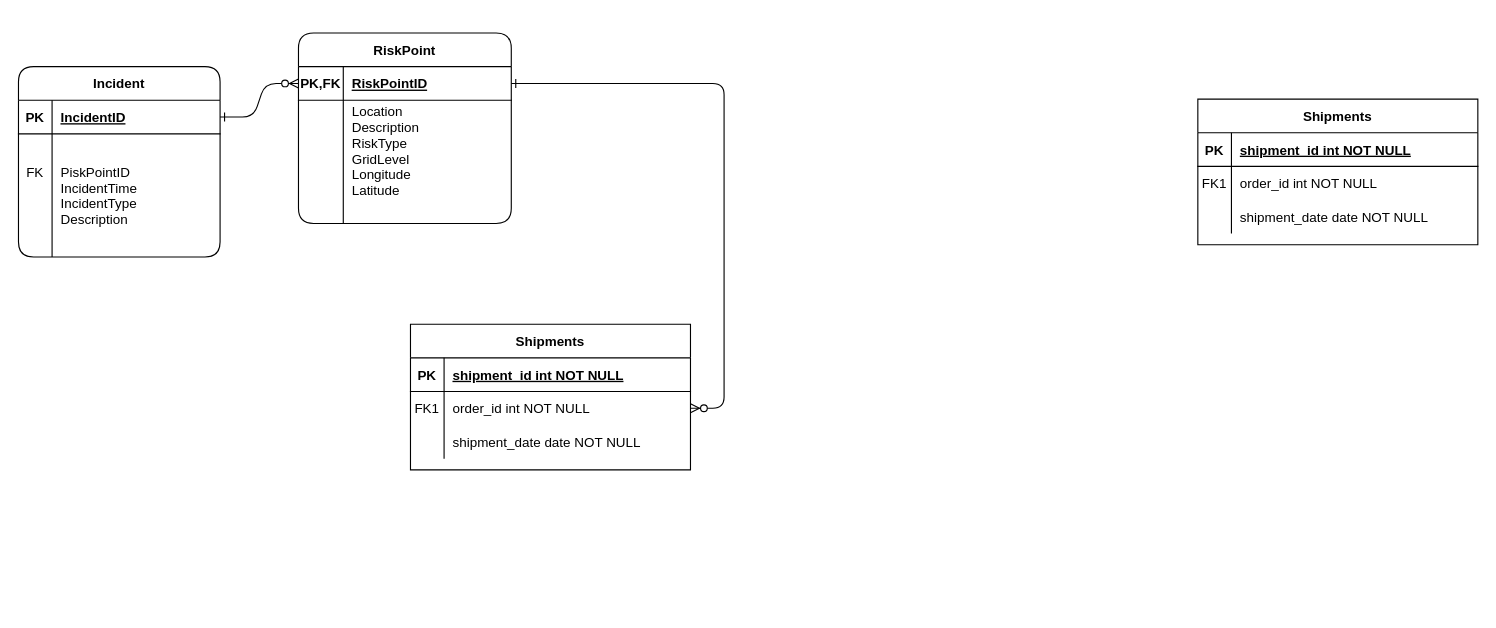
Lxlorange/drawio keeps this draw.io diagram as ER-rail.drawio. Above is the earlier version. Source tidied: cells renumbered, new cells numbered last; positions are measured from the earlier drawing's top-left corner, leaving out a move shared by most shapes. Both pictures are drawn from the tidied source at 112%, with x=0, y=0 at pixel (18, 32).
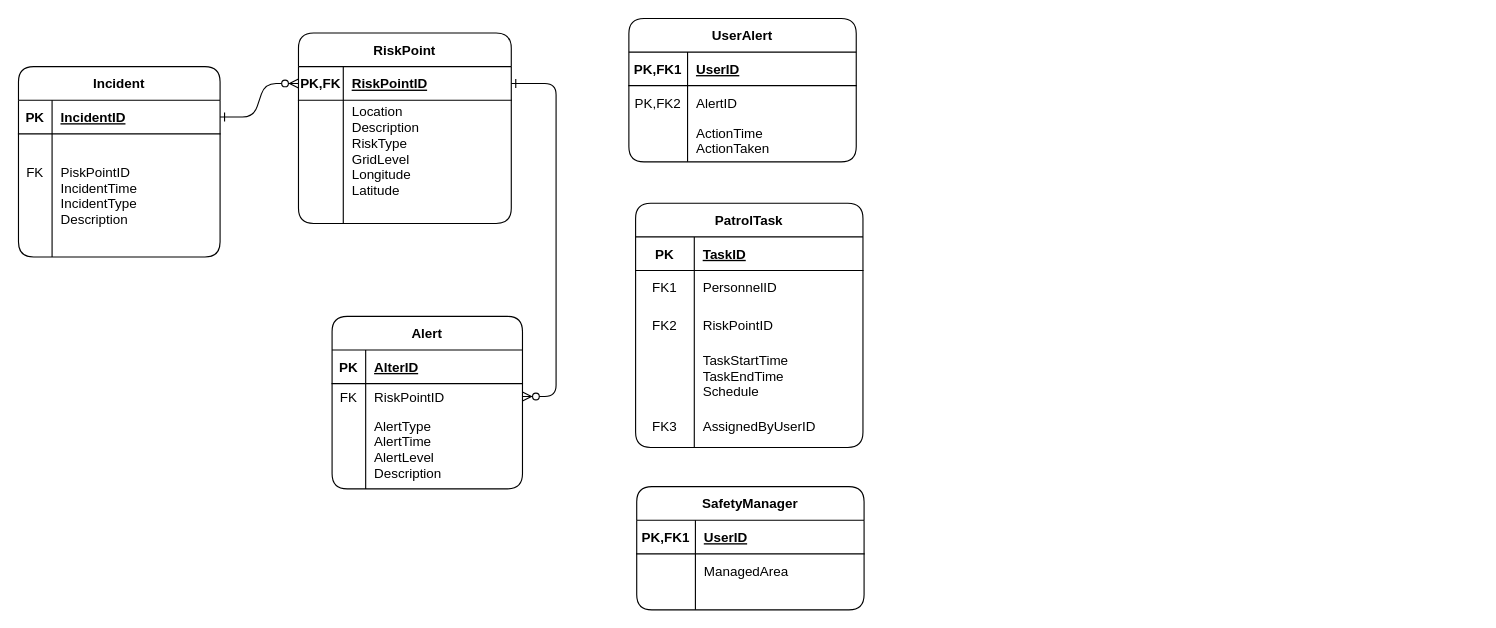
Above is the later version.

The edit, as a diff of the source:
```diff
@@
-    <mxCell id="14" value="Shipments" style="shape=table;startSize=30;childLayout=tableLayout;rowLines=0;fontStyle=1;align=center;" parent="1" vertex="1">
-      <mxGeometry x="350" y="260" width="250" height="130" as="geometry" />
+    <mxCell id="14" value="Alert" style="shape=table;startSize=30;childLayout=tableLayout;rowLines=0;fontStyle=1;align=center;rounded=1;" parent="1" vertex="1">
+      <mxGeometry x="280" y="253" width="170" height="154" as="geometry" />
     </mxCell>
     <mxCell id="15" style="shape=partialRectangle;fillColor=none;top=0;left=0;right=0;bottom=1;" parent="14" vertex="1">
-      <mxGeometry y="30" width="250" height="30" as="geometry" />
+      <mxGeometry y="30" width="170" height="30" as="geometry" />
     </mxCell>
@@
-    <mxCell id="17" value="shipment_id int NOT NULL " style="shape=partialRectangle;overflow=hidden;fillColor=none;top=0;left=0;bottom=0;right=0;align=left;spacingLeft=6;fontStyle=5;" parent="15" vertex="1">
-      <mxGeometry x="30" width="220" height="30" as="geometry" />
+    <mxCell id="17" value="AlterID" style="shape=partialRectangle;overflow=hidden;fillColor=none;top=0;left=0;bottom=0;right=0;align=left;spacingLeft=6;fontStyle=5;" parent="15" vertex="1">
+      <mxGeometry x="30" width="140" height="30" as="geometry" />
     </mxCell>
     <mxCell id="18" style="shape=partialRectangle;fillColor=none;points=[[0,0.5],[1,0.5]];portConstraint=eastwest;top=0;left=0;right=0;bottom=0;" parent="14" vertex="1">
-      <mxGeometry y="60" width="250" height="30" as="geometry" />
+      <mxGeometry y="60" width="170" height="23" as="geometry" />
     </mxCell>
-    <mxCell id="19" value="FK1" style="shape=partialRectangle;overflow=hidden;fillColor=none;top=0;left=0;bottom=0;right=0;" parent="18" vertex="1">
-      <mxGeometry width="30" height="30" as="geometry" />
+    <mxCell id="19" value="FK" style="shape=partialRectangle;overflow=hidden;fillColor=none;top=0;left=0;bottom=0;right=0;" parent="18" vertex="1">
+      <mxGeometry width="30" height="23" as="geometry" />
     </mxCell>
-    <mxCell id="20" value="order_id int NOT NULL" style="shape=partialRectangle;overflow=hidden;fillColor=none;top=0;left=0;bottom=0;right=0;align=left;spacingLeft=6;" parent="18" vertex="1">
-      <mxGeometry x="30" width="220" height="30" as="geometry" />
+    <mxCell id="20" value="RiskPointID" style="shape=partialRectangle;overflow=hidden;fillColor=none;top=0;left=0;bottom=0;right=0;align=left;spacingLeft=6;" parent="18" vertex="1">
+      <mxGeometry x="30" width="140" height="23" as="geometry" />
     </mxCell>
     <mxCell id="21" style="shape=partialRectangle;fillColor=none;top=0;left=0;right=0;bottom=0;" parent="14" vertex="1">
-      <mxGeometry y="90" width="250" height="30" as="geometry" />
+      <mxGeometry y="83" width="170" height="71" as="geometry" />
     </mxCell>
     <mxCell id="22" style="shape=partialRectangle;overflow=hidden;fillColor=none;top=0;left=0;bottom=0;right=0;" parent="21" vertex="1">
-      <mxGeometry width="30" height="30" as="geometry" />
+      <mxGeometry width="30" height="71" as="geometry" />
     </mxCell>
-    <mxCell id="23" value="shipment_date date NOT NULL" style="shape=partialRectangle;overflow=hidden;fillColor=none;top=0;left=0;bottom=0;right=0;align=left;spacingLeft=6;" parent="21" vertex="1">
-      <mxGeometry x="30" width="220" height="30" as="geometry" />
+    <mxCell id="23" value="AlertType&#10;AlertTime&#10;AlertLevel&#10;Description" style="shape=partialRectangle;overflow=hidden;fillColor=none;top=0;left=0;bottom=0;right=0;align=left;spacingLeft=6;" parent="21" vertex="1">
+      <mxGeometry x="30" width="140" height="71" as="geometry" />
     </mxCell>
@@
-    <mxCell id="31" value="Shipments" style="shape=table;startSize=30;childLayout=tableLayout;rowLines=0;fontStyle=1;align=center;" parent="1" vertex="1">
-      <mxGeometry x="1053" y="59" width="250" height="130" as="geometry" />
-    </mxCell>
-    <mxCell id="32" style="shape=partialRectangle;fillColor=none;top=0;left=0;right=0;bottom=1;" parent="31" vertex="1">
-      <mxGeometry y="30" width="250" height="30" as="geometry" />
-    </mxCell>
+    <mxCell id="41" value="UserAlert" style="shape=table;startSize=30;childLayout=tableLayout;rowLines=0;fontStyle=1;align=center;rounded=1;" parent="1" vertex="1">
+      <mxGeometry x="545" y="-13" width="203" height="128" as="geometry" />
+    </mxCell>
+    <mxCell id="42" style="shape=partialRectangle;fillColor=none;top=0;left=0;right=0;bottom=1;" parent="41" vertex="1">
+      <mxGeometry y="30" width="203" height="30" as="geometry" />
+    </mxCell>
+    <mxCell id="43" value="PK,FK1" style="shape=partialRectangle;overflow=hidden;fillColor=none;top=0;left=0;bottom=0;right=0;fontStyle=1;" parent="42" vertex="1">
+      <mxGeometry width="52.4" height="30" as="geometry" />
+    </mxCell>
+    <mxCell id="44" value="UserID" style="shape=partialRectangle;overflow=hidden;fillColor=none;top=0;left=0;bottom=0;right=0;align=left;spacingLeft=6;fontStyle=5;" parent="42" vertex="1">
+      <mxGeometry x="52.4" width="150.6" height="30" as="geometry" />
+    </mxCell>
+    <mxCell id="45" style="shape=partialRectangle;fillColor=none;top=0;left=0;right=0;bottom=0;" parent="41" vertex="1">
+      <mxGeometry y="60" width="203" height="30" as="geometry" />
+    </mxCell>
+    <mxCell id="46" value="PK,FK2" style="shape=partialRectangle;overflow=hidden;fillColor=none;top=0;left=0;bottom=0;right=0;" parent="45" vertex="1">
+      <mxGeometry width="52.4" height="30" as="geometry" />
+    </mxCell>
+    <mxCell id="47" value="AlertID" style="shape=partialRectangle;overflow=hidden;fillColor=none;top=0;left=0;bottom=0;right=0;align=left;spacingLeft=6;" parent="45" vertex="1">
+      <mxGeometry x="52.4" width="150.6" height="30" as="geometry" />
+    </mxCell>
+    <mxCell id="48" style="shape=partialRectangle;fillColor=none;top=0;left=0;right=0;bottom=0;" parent="41" vertex="1">
+      <mxGeometry y="90" width="203" height="38" as="geometry" />
+    </mxCell>
+    <mxCell id="49" style="shape=partialRectangle;overflow=hidden;fillColor=none;top=0;left=0;bottom=0;right=0;" parent="48" vertex="1">
+      <mxGeometry width="52.4" height="38" as="geometry" />
+    </mxCell>
+    <mxCell id="50" value="ActionTime&#10;ActionTaken" style="shape=partialRectangle;overflow=hidden;fillColor=none;top=0;left=0;bottom=0;right=0;align=left;spacingLeft=6;" parent="48" vertex="1">
+      <mxGeometry x="52.4" width="150.6" height="38" as="geometry" />
+    </mxCell>
+    <mxCell id="51" value="PatrolTask" style="shape=table;startSize=30;childLayout=tableLayout;rowLines=0;fontStyle=1;align=center;rounded=1;" parent="1" vertex="1">
+      <mxGeometry x="551" y="152" width="203" height="218" as="geometry" />
+    </mxCell>
+    <mxCell id="52" style="shape=partialRectangle;fillColor=none;top=0;left=0;right=0;bottom=1;" parent="51" vertex="1">
+      <mxGeometry y="30" width="203" height="30" as="geometry" />
+    </mxCell>
-    <mxCell id="33" value="PK" style="shape=partialRectangle;overflow=hidden;fillColor=none;top=0;left=0;bottom=0;right=0;fontStyle=1;" parent="32" vertex="1">
-      <mxGeometry width="30" height="30" as="geometry" />
+    <mxCell id="33" value="PK" style="shape=partialRectangle;overflow=hidden;fillColor=none;top=0;left=0;bottom=0;right=0;fontStyle=1;" parent="52" vertex="1">
+      <mxGeometry width="52.4" height="30" as="geometry" />
     </mxCell>
-    <mxCell id="34" value="shipment_id int NOT NULL " style="shape=partialRectangle;overflow=hidden;fillColor=none;top=0;left=0;bottom=0;right=0;align=left;spacingLeft=6;fontStyle=5;" parent="32" vertex="1">
-      <mxGeometry x="30" width="220" height="30" as="geometry" />
-    </mxCell>
-    <mxCell id="35" style="shape=partialRectangle;fillColor=none;top=0;left=0;right=0;bottom=0;" parent="31" vertex="1">
-      <mxGeometry y="60" width="250" height="30" as="geometry" />
-    </mxCell>
+    <mxCell id="53" value="TaskID" style="shape=partialRectangle;overflow=hidden;fillColor=none;top=0;left=0;bottom=0;right=0;align=left;spacingLeft=6;fontStyle=5;" parent="52" vertex="1">
+      <mxGeometry x="52.4" width="150.6" height="30" as="geometry" />
+    </mxCell>
+    <mxCell id="54" style="shape=partialRectangle;fillColor=none;top=0;left=0;right=0;bottom=0;" parent="51" vertex="1">
+      <mxGeometry y="60" width="203" height="30" as="geometry" />
+    </mxCell>
-    <mxCell id="36" value="FK1" style="shape=partialRectangle;overflow=hidden;fillColor=none;top=0;left=0;bottom=0;right=0;" parent="35" vertex="1">
-      <mxGeometry width="30" height="30" as="geometry" />
+    <mxCell id="36" value="FK1" style="shape=partialRectangle;overflow=hidden;fillColor=none;top=0;left=0;bottom=0;right=0;" parent="54" vertex="1">
+      <mxGeometry width="52.4" height="30" as="geometry" />
     </mxCell>
-    <mxCell id="37" value="order_id int NOT NULL" style="shape=partialRectangle;overflow=hidden;fillColor=none;top=0;left=0;bottom=0;right=0;align=left;spacingLeft=6;" parent="35" vertex="1">
-      <mxGeometry x="30" width="220" height="30" as="geometry" />
-    </mxCell>
-    <mxCell id="38" style="shape=partialRectangle;fillColor=none;top=0;left=0;right=0;bottom=0;" parent="31" vertex="1">
-      <mxGeometry y="90" width="250" height="30" as="geometry" />
-    </mxCell>
-    <mxCell id="39" style="shape=partialRectangle;overflow=hidden;fillColor=none;top=0;left=0;bottom=0;right=0;" parent="38" vertex="1">
-      <mxGeometry width="30" height="30" as="geometry" />
-    </mxCell>
-    <mxCell id="40" value="shipment_date date NOT NULL" style="shape=partialRectangle;overflow=hidden;fillColor=none;top=0;left=0;bottom=0;right=0;align=left;spacingLeft=6;" parent="38" vertex="1">
-      <mxGeometry x="30" width="220" height="30" as="geometry" />
-    </mxCell>
+    <mxCell id="55" value="PersonnelID" style="shape=partialRectangle;overflow=hidden;fillColor=none;top=0;left=0;bottom=0;right=0;align=left;spacingLeft=6;" parent="54" vertex="1">
+      <mxGeometry x="52.4" width="150.6" height="30" as="geometry" />
+    </mxCell>
+    <mxCell id="56" style="shape=partialRectangle;fillColor=none;top=0;left=0;right=0;bottom=0;" parent="51" vertex="1">
+      <mxGeometry y="90" width="203" height="38" as="geometry" />
+    </mxCell>
+    <mxCell id="57" value="FK2" style="shape=partialRectangle;overflow=hidden;fillColor=none;top=0;left=0;bottom=0;right=0;" parent="56" vertex="1">
+      <mxGeometry width="52.4" height="38" as="geometry" />
+    </mxCell>
+    <mxCell id="58" value="RiskPointID" style="shape=partialRectangle;overflow=hidden;fillColor=none;top=0;left=0;bottom=0;right=0;align=left;spacingLeft=6;" parent="56" vertex="1">
+      <mxGeometry x="52.4" width="150.6" height="38" as="geometry" />
+    </mxCell>
+    <mxCell id="59" style="shape=partialRectangle;fillColor=none;top=0;left=0;right=0;bottom=0;" parent="51" vertex="1">
+      <mxGeometry y="128" width="203" height="52" as="geometry" />
+    </mxCell>
+    <mxCell id="60" style="shape=partialRectangle;overflow=hidden;fillColor=none;top=0;left=0;bottom=0;right=0;" parent="59" vertex="1">
+      <mxGeometry width="52.4" height="52" as="geometry" />
+    </mxCell>
+    <mxCell id="61" value="TaskStartTime&#10;TaskEndTime&#10;Schedule" style="shape=partialRectangle;overflow=hidden;fillColor=none;top=0;left=0;bottom=0;right=0;align=left;spacingLeft=6;" parent="59" vertex="1">
+      <mxGeometry x="52.4" width="150.6" height="52" as="geometry" />
+    </mxCell>
+    <mxCell id="62" style="shape=partialRectangle;fillColor=none;top=0;left=0;right=0;bottom=0;" parent="51" vertex="1">
+      <mxGeometry y="180" width="203" height="38" as="geometry" />
+    </mxCell>
+    <mxCell id="63" value="FK3" style="shape=partialRectangle;overflow=hidden;fillColor=none;top=0;left=0;bottom=0;right=0;" parent="62" vertex="1">
+      <mxGeometry width="52.4" height="38" as="geometry" />
+    </mxCell>
+    <mxCell id="64" value="AssignedByUserID" style="shape=partialRectangle;overflow=hidden;fillColor=none;top=0;left=0;bottom=0;right=0;align=left;spacingLeft=6;" parent="62" vertex="1">
+      <mxGeometry x="52.4" width="150.6" height="38" as="geometry" />
+    </mxCell>
+    <mxCell id="65" value="SafetyManager" style="shape=table;startSize=30;childLayout=tableLayout;rowLines=0;fontStyle=1;align=center;rounded=1;" parent="1" vertex="1">
+      <mxGeometry x="552" y="405" width="203" height="110" as="geometry" />
+    </mxCell>
+    <mxCell id="66" style="shape=partialRectangle;fillColor=none;top=0;left=0;right=0;bottom=1;" parent="65" vertex="1">
+      <mxGeometry y="30" width="203" height="30" as="geometry" />
+    </mxCell>
+    <mxCell id="67" value="PK,FK1" style="shape=partialRectangle;overflow=hidden;fillColor=none;top=0;left=0;bottom=0;right=0;fontStyle=1;" parent="66" vertex="1">
+      <mxGeometry width="52.4" height="30" as="geometry" />
+    </mxCell>
+    <mxCell id="68" value="UserID" style="shape=partialRectangle;overflow=hidden;fillColor=none;top=0;left=0;bottom=0;right=0;align=left;spacingLeft=6;fontStyle=5;" parent="66" vertex="1">
+      <mxGeometry x="52.4" width="150.6" height="30" as="geometry" />
+    </mxCell>
+    <mxCell id="69" style="shape=partialRectangle;fillColor=none;top=0;left=0;right=0;bottom=0;" parent="65" vertex="1">
+      <mxGeometry y="60" width="203" height="30" as="geometry" />
+    </mxCell>
+    <mxCell id="70" style="shape=partialRectangle;overflow=hidden;fillColor=none;top=0;left=0;bottom=0;right=0;" parent="69" vertex="1">
+      <mxGeometry width="52.4" height="30" as="geometry" />
+    </mxCell>
+    <mxCell id="71" value="ManagedArea" style="shape=partialRectangle;overflow=hidden;fillColor=none;top=0;left=0;bottom=0;right=0;align=left;spacingLeft=6;" parent="69" vertex="1">
+      <mxGeometry x="52.4" width="150.6" height="30" as="geometry" />
+    </mxCell>
+    <mxCell id="72" style="shape=partialRectangle;fillColor=none;top=0;left=0;right=0;bottom=0;" parent="65" vertex="1">
+      <mxGeometry y="90" width="203" height="20" as="geometry" />
+    </mxCell>
+    <mxCell id="73" style="shape=partialRectangle;overflow=hidden;fillColor=none;top=0;left=0;bottom=0;right=0;" parent="72" vertex="1">
+      <mxGeometry width="52.4" height="20" as="geometry" />
+    </mxCell>
+    <mxCell id="74" style="shape=partialRectangle;overflow=hidden;fillColor=none;top=0;left=0;bottom=0;right=0;align=left;spacingLeft=6;" parent="72" vertex="1">
+      <mxGeometry x="52.4" width="150.6" height="20" as="geometry" />
+    </mxCell>
```
